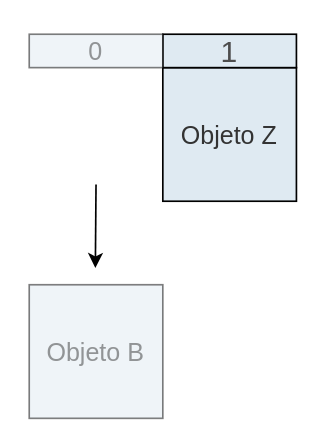
Earlier version of the draw.io diagram page "horizontal-5" (12 of 12) of teoria/04_estructuras_y_algoritmos/imgs/02/pilas.drawio (ee-unr/programacion-2). Source tidied: cells renumbered, new cells numbered last; positions are measured from the earlier drawing's top-left corner, leaving out a move shared by most shapes. Both pictures are drawn from the tidied source at 167%, with x=0, y=0 at pixel (28, 33).
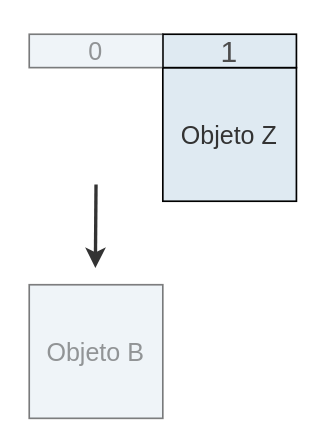
The same diagram, later.

What changed in the source:
```diff
@@
 <mxGraphModel>
   <root>
     <mxCell id="0" />
     <mxCell id="1" parent="0" />
     <mxCell id="2" value="&lt;span style=&quot;color: rgb(51, 51, 51); font-family: &amp;quot;Cascadia Code&amp;quot;;&quot;&gt;&lt;font style=&quot;font-size: 15px;&quot;&gt;Objeto Z&lt;/font&gt;&lt;/span&gt;" style="rounded=0;whiteSpace=wrap;html=1;strokeWidth=1;fillColor=#DFEAF2;" parent="1" vertex="1">
       <mxGeometry x="80" y="20" width="80" height="80" as="geometry" />
     </mxCell>
     <mxCell id="3" value="&lt;font face=&quot;Cascadia Code&quot; color=&quot;#4d4d4d&quot;&gt;&lt;span style=&quot;font-size: 18px;&quot;&gt;1&lt;/span&gt;&lt;/font&gt;" style="rounded=0;whiteSpace=wrap;html=1;strokeWidth=1;fillColor=#DFEAF2;fontSize=22;" parent="1" vertex="1">
       <mxGeometry x="80" width="80" height="20" as="geometry" />
     </mxCell>
     <mxCell id="4" value="&lt;font style=&quot;font-size: 15px; color: rgba(51, 51, 51, 0.5);&quot;&gt;Objeto B&lt;/font&gt;" style="rounded=0;whiteSpace=wrap;html=1;strokeWidth=1;fontFamily=Cascadia Code;rotation=0;fillColor=#DFEAF280;strokeColor=light-dark(#00000080,#000000);gradientColor=none;" parent="1" vertex="1">
       <mxGeometry y="150" width="80" height="80" as="geometry" />
     </mxCell>
     <mxCell id="5" value="&lt;font style=&quot;font-size: 15px; color: rgba(51, 51, 51, 0.5);&quot;&gt;0&lt;/font&gt;" style="rounded=0;whiteSpace=wrap;html=1;strokeWidth=1;fontFamily=Cascadia Code;rotation=0;fillColor=#DFEAF280;strokeColor=light-dark(#00000080,#000000);gradientColor=none;" parent="1" vertex="1">
       <mxGeometry width="80" height="20" as="geometry" />
     </mxCell>
-    <mxCell id="6" style="endArrow=classic;html=1;rounded=0;" parent="1" edge="1">
+    <mxCell id="6" style="endArrow=classic;html=1;rounded=0;strokeWidth=2;strokeColor=light-dark(#333333,#333333);" parent="1" edge="1">
       <mxGeometry relative="1" as="geometry">
         <mxPoint x="40" y="90" as="sourcePoint" />
         <mxPoint x="39.6" y="140" as="targetPoint" />
       </mxGeometry>
     </mxCell>
   </root>
 </mxGraphModel>
```
